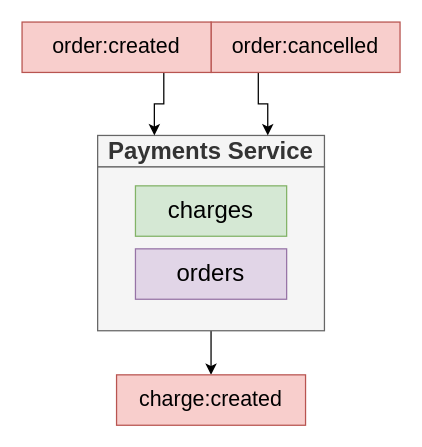
The draw.io diagram page "01 - payments" (1 of 9) of diagrams/10/01.drawio in HappySuzuki/microservices-cast, before the edit. Source tidied: cells renumbered, new cells numbered last; positions are measured from the earlier drawing's top-left corner, leaving out a move shared by most shapes. Both pictures are drawn from the tidied source at 126%, with x=0, y=0 at pixel (21, 21).
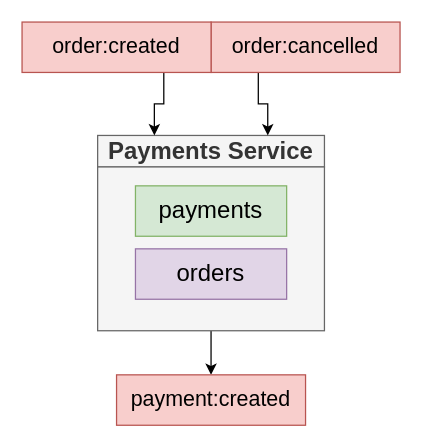
After the change.

Change to the diagram source:
```diff
@@
 <mxGraphModel>
   <root>
     <mxCell id="0" />
     <mxCell id="1" parent="0" />
     <mxCell id="2" value="Payments Service" style="rounded=0;whiteSpace=wrap;html=1;fontSize=19;fillColor=#f5f5f5;strokeColor=#666666;fontColor=#333333;fontStyle=1;" parent="1" vertex="1">
       <mxGeometry x="60" y="90" width="180" height="25" as="geometry" />
     </mxCell>
     <mxCell id="3" style="edgeStyle=orthogonalEdgeStyle;rounded=0;jettySize=auto;html=1;exitX=0.5;exitY=1;exitDx=0;exitDy=0;entryX=0.5;entryY=0;entryDx=0;entryDy=0;fontSize=17;" parent="1" edge="1" source="4" target="7">
       <mxGeometry relative="1" as="geometry" />
     </mxCell>
     <mxCell id="4" style="rounded=0;whiteSpace=wrap;html=1;fontSize=22;fillColor=#f5f5f5;strokeColor=#666666;fontColor=#333333;fontStyle=1;" parent="1" vertex="1">
       <mxGeometry x="60" y="115" width="180" height="130" as="geometry" />
     </mxCell>
-    <mxCell id="5" value="charges" style="rounded=0;whiteSpace=wrap;html=1;fontSize=19;fillColor=#d5e8d4;strokeColor=#82b366;" parent="1" vertex="1">
+    <mxCell id="5" value="payments" style="rounded=0;whiteSpace=wrap;html=1;fontSize=19;fillColor=#d5e8d4;strokeColor=#82b366;" parent="1" vertex="1">
       <mxGeometry x="90" y="130" width="120" height="40" as="geometry" />
     </mxCell>
     <mxCell id="6" value="orders" style="rounded=0;whiteSpace=wrap;html=1;fontSize=19;fillColor=#e1d5e7;strokeColor=#9673a6;" parent="1" vertex="1">
       <mxGeometry x="90" y="180" width="120" height="40" as="geometry" />
     </mxCell>
-    <mxCell id="7" value="charge:created" style="rounded=0;whiteSpace=wrap;html=1;fontSize=17;fillColor=#f8cecc;strokeColor=#b85450;" parent="1" vertex="1">
+    <mxCell id="7" value="payment:created" style="rounded=0;whiteSpace=wrap;html=1;fontSize=17;fillColor=#f8cecc;strokeColor=#b85450;" parent="1" vertex="1">
       <mxGeometry x="75" y="280" width="150" height="40" as="geometry" />
     </mxCell>
     <mxCell id="8" style="edgeStyle=orthogonalEdgeStyle;rounded=0;jettySize=auto;html=1;exitX=0.25;exitY=1;exitDx=0;exitDy=0;entryX=0.75;entryY=0;entryDx=0;entryDy=0;" parent="1" edge="1" source="9" target="2">
       <mxGeometry relative="1" as="geometry" />
     </mxCell>
     <mxCell id="9" value="order:cancelled" style="rounded=0;whiteSpace=wrap;html=1;fontSize=17;fillColor=#f8cecc;strokeColor=#b85450;" parent="1" vertex="1">
       <mxGeometry x="150" width="150" height="40" as="geometry" />
     </mxCell>
     <mxCell id="10" style="edgeStyle=orthogonalEdgeStyle;rounded=0;jettySize=auto;html=1;exitX=0.75;exitY=1;exitDx=0;exitDy=0;entryX=0.25;entryY=0;entryDx=0;entryDy=0;" parent="1" edge="1" source="11" target="2">
       <mxGeometry relative="1" as="geometry" />
     </mxCell>
     <mxCell id="11" value="order:created" style="rounded=0;whiteSpace=wrap;html=1;fontSize=17;fillColor=#f8cecc;strokeColor=#b85450;" parent="1" vertex="1">
       <mxGeometry width="150" height="40" as="geometry" />
     </mxCell>
   </root>
 </mxGraphModel>
```
